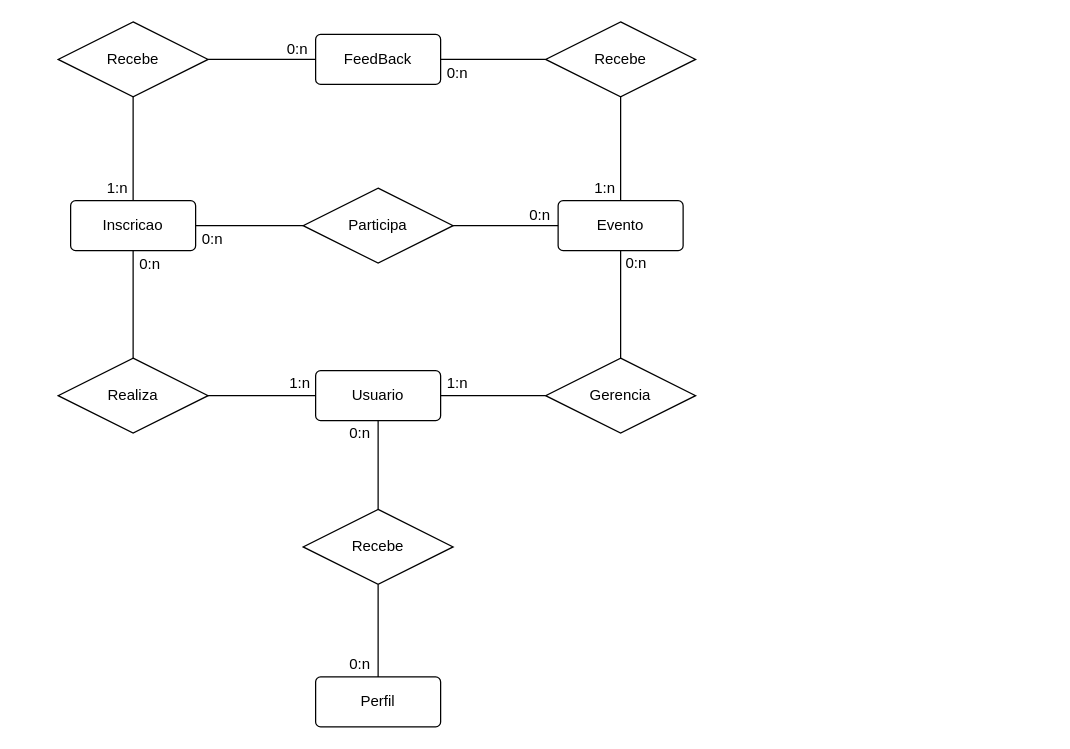
The draw.io diagram ModeloConceitual.drawio in victorpaula/EventsBanco, before the edit. Source tidied: cells renumbered, new cells numbered last; positions are measured from the earlier drawing's top-left corner, leaving out a move shared by most shapes. Both pictures are drawn from the tidied source at 125%, with x=0, y=0 at pixel (58, 21).
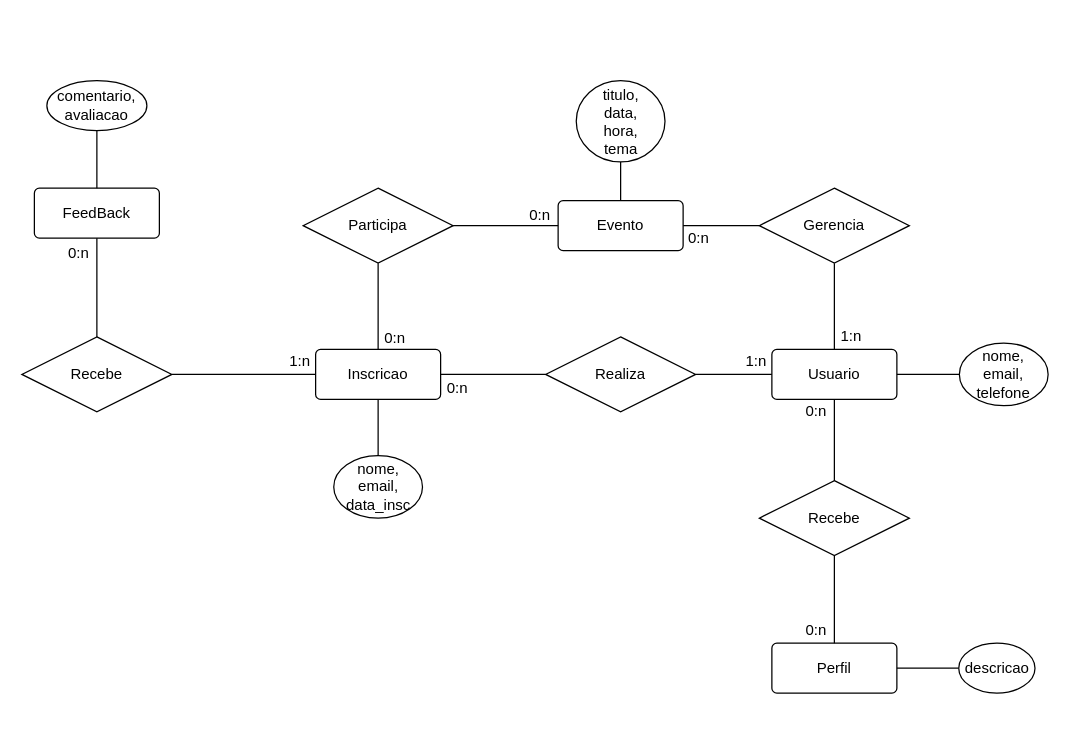
The same diagram, later.

Unchanged cells that the change refers to:
```xml
<mxCell id="2" value="Evento" style="rounded=1;arcSize=10;whiteSpace=wrap;html=1;align=center;" parent="1" vertex="1">
  <mxGeometry x="400" y="143" width="100" height="40" as="geometry" />
</mxCell>
<mxCell id="8" value="Participa" style="shape=rhombus;perimeter=rhombusPerimeter;whiteSpace=wrap;html=1;align=center;" parent="1" vertex="1">
  <mxGeometry x="196" y="133" width="120" height="60" as="geometry" />
</mxCell>
```

Change to the diagram source:
```diff
@@
     <mxCell id="3" value="Gerencia" style="shape=rhombus;perimeter=rhombusPerimeter;whiteSpace=wrap;html=1;align=center;" parent="1" vertex="1">
-      <mxGeometry x="390" y="269" width="120" height="60" as="geometry" />
+      <mxGeometry x="561" y="133" width="120" height="60" as="geometry" />
     </mxCell>
     <mxCell id="4" value="Inscricao" style="rounded=1;arcSize=10;whiteSpace=wrap;html=1;align=center;" parent="1" vertex="1">
-      <mxGeometry x="10" y="143" width="100" height="40" as="geometry" />
+      <mxGeometry x="206" y="262" width="100" height="40" as="geometry" />
     </mxCell>
     <mxCell id="5" value="Usuario" style="rounded=1;arcSize=10;whiteSpace=wrap;html=1;align=center;" parent="1" vertex="1">
-      <mxGeometry x="206" y="279" width="100" height="40" as="geometry" />
+      <mxGeometry x="571" y="262" width="100" height="40" as="geometry" />
     </mxCell>
     <mxCell id="6" value="Perfil" style="rounded=1;arcSize=10;whiteSpace=wrap;html=1;align=center;" parent="1" vertex="1">
-      <mxGeometry x="206" y="524" width="100" height="40" as="geometry" />
+      <mxGeometry x="571" y="497" width="100" height="40" as="geometry" />
     </mxCell>
     <mxCell id="7" value="FeedBack" style="rounded=1;arcSize=10;whiteSpace=wrap;html=1;align=center;" parent="1" vertex="1">
-      <mxGeometry x="206" y="10" width="100" height="40" as="geometry" />
+      <mxGeometry x="-19" y="133" width="100" height="40" as="geometry" />
     </mxCell>
@@
     <mxCell id="9" value="Realiza" style="shape=rhombus;perimeter=rhombusPerimeter;whiteSpace=wrap;html=1;align=center;" parent="1" vertex="1">
-      <mxGeometry y="269" width="120" height="60" as="geometry" />
+      <mxGeometry x="390" y="252" width="120" height="60" as="geometry" />
     </mxCell>
     <mxCell id="10" value="Recebe" style="shape=rhombus;perimeter=rhombusPerimeter;whiteSpace=wrap;html=1;align=center;" parent="1" vertex="1">
-      <mxGeometry x="196" y="390" width="120" height="60" as="geometry" />
+      <mxGeometry x="561" y="367" width="120" height="60" as="geometry" />
     </mxCell>
-    <mxCell id="11" style="endArrow=none;html=1;rounded=0;exitX=0.5;exitY=0;exitDx=0;exitDy=0;entryX=0.5;entryY=1;entryDx=0;entryDy=0;" parent="1" edge="1" source="3" target="2">
+    <mxCell id="11" style="endArrow=none;html=1;rounded=0;exitX=0;exitY=0.5;exitDx=0;exitDy=0;entryX=1;entryY=0.5;entryDx=0;entryDy=0;" parent="1" edge="1" source="3" target="2">
       <mxGeometry relative="1" as="geometry" />
     </mxCell>
@@
-    <mxCell id="13" style="endArrow=none;html=1;rounded=0;exitX=0;exitY=0.5;exitDx=0;exitDy=0;entryX=1;entryY=0.5;entryDx=0;entryDy=0;" parent="1" edge="1" source="3" target="5">
+    <mxCell id="13" style="endArrow=none;html=1;rounded=0;exitX=0.5;exitY=1;exitDx=0;exitDy=0;entryX=0.5;entryY=0;entryDx=0;entryDy=0;" parent="1" edge="1" source="3" target="5">
       <mxGeometry relative="1" as="geometry" />
     </mxCell>
@@
-    <mxCell id="21" style="endArrow=none;html=1;rounded=0;exitX=0;exitY=0.5;exitDx=0;exitDy=0;entryX=1;entryY=0.5;entryDx=0;entryDy=0;" parent="1" edge="1" source="8" target="4">
+    <mxCell id="21" style="endArrow=none;html=1;rounded=0;exitX=0.5;exitY=1;exitDx=0;exitDy=0;entryX=0.5;entryY=0;entryDx=0;entryDy=0;" parent="1" edge="1" source="8" target="4">
       <mxGeometry relative="1" as="geometry" />
     </mxCell>
     <mxCell id="22" value="0:n" style="html=1;align=right;verticalAlign=bottom;" parent="21" vertex="1">
       <mxGeometry x="1" relative="1" as="geometry">
-        <mxPoint x="22" y="19" as="offset" />
+        <mxPoint x="22" y="-1" as="offset" />
       </mxGeometry>
     </mxCell>
@@
-    <mxCell id="25" style="endArrow=none;html=1;rounded=0;exitX=0.5;exitY=0;exitDx=0;exitDy=0;entryX=0.5;entryY=1;entryDx=0;entryDy=0;" parent="1" edge="1" source="9" target="4">
+    <mxCell id="25" style="endArrow=none;html=1;rounded=0;exitX=0;exitY=0.5;exitDx=0;exitDy=0;entryX=1;entryY=0.5;entryDx=0;entryDy=0;" parent="1" edge="1" source="9" target="4">
       <mxGeometry relative="1" as="geometry" />
     </mxCell>
@@
-    <mxCell id="27" value="Recebe" style="shape=rhombus;perimeter=rhombusPerimeter;whiteSpace=wrap;html=1;align=center;" parent="1" vertex="1">
-      <mxGeometry x="390" width="120" height="60" as="geometry" />
-    </mxCell>
     <mxCell id="28" value="Recebe" style="shape=rhombus;perimeter=rhombusPerimeter;whiteSpace=wrap;html=1;align=center;" parent="1" vertex="1">
-      <mxGeometry width="120" height="60" as="geometry" />
+      <mxGeometry x="-29" y="252" width="120" height="60" as="geometry" />
     </mxCell>
-    <mxCell id="29" style="endArrow=none;html=1;rounded=0;entryX=0.5;entryY=0;entryDx=0;entryDy=0;exitX=0.5;exitY=1;exitDx=0;exitDy=0;" parent="1" edge="1" source="28" target="4">
+    <mxCell id="29" style="endArrow=none;html=1;rounded=0;entryX=0;entryY=0.5;entryDx=0;entryDy=0;exitX=1;exitY=0.5;exitDx=0;exitDy=0;" parent="1" edge="1" source="28" target="4">
       <mxGeometry relative="1" as="geometry" />
     </mxCell>
@@
-    <mxCell id="31" style="endArrow=none;html=1;rounded=0;exitX=0.5;exitY=1;exitDx=0;exitDy=0;entryX=0.5;entryY=0;entryDx=0;entryDy=0;" parent="1" edge="1" source="27" target="2">
-      <mxGeometry relative="1" as="geometry" />
-    </mxCell>
-    <mxCell id="32" value="1:n" style="html=1;align=right;verticalAlign=bottom;" parent="31" vertex="1">
-      <mxGeometry x="1" relative="1" as="geometry">
-        <mxPoint x="-4" y="-2" as="offset" />
-      </mxGeometry>
-    </mxCell>
-    <mxCell id="33" style="endArrow=none;html=1;rounded=0;entryX=0;entryY=0.5;entryDx=0;entryDy=0;exitX=1;exitY=0.5;exitDx=0;exitDy=0;" parent="1" edge="1" source="28" target="7">
+    <mxCell id="33" style="endArrow=none;html=1;rounded=0;entryX=0.5;entryY=1;entryDx=0;entryDy=0;exitX=0.5;exitY=0;exitDx=0;exitDy=0;" parent="1" edge="1" source="28" target="7">
       <mxGeometry relative="1" as="geometry" />
     </mxCell>
     <mxCell id="34" value="0:n" style="html=1;align=right;verticalAlign=bottom;" parent="33" vertex="1">
       <mxGeometry x="1" relative="1" as="geometry">
-        <mxPoint x="-6" as="offset" />
+        <mxPoint x="-6" y="20" as="offset" />
       </mxGeometry>
     </mxCell>
-    <mxCell id="35" style="endArrow=none;html=1;rounded=0;exitX=0;exitY=0.5;exitDx=0;exitDy=0;entryX=1;entryY=0.5;entryDx=0;entryDy=0;" parent="1" edge="1" source="27" target="7">
-      <mxGeometry relative="1" as="geometry" />
-    </mxCell>
-    <mxCell id="36" value="0:n" style="html=1;align=right;verticalAlign=bottom;" parent="35" vertex="1">
-      <mxGeometry x="1" relative="1" as="geometry">
-        <mxPoint x="22" y="19" as="offset" />
-      </mxGeometry>
-    </mxCell>
+    <mxCell id="37" style="endArrow=none;html=1;rounded=0;entryX=0;entryY=0.5;entryDx=0;entryDy=0;exitX=1;exitY=0.5;exitDx=0;exitDy=0;" parent="1" edge="1" source="6" target="38">
+      <mxGeometry relative="1" as="geometry" />
+    </mxCell>
+    <mxCell id="38" value="descricao" style="ellipse;whiteSpace=wrap;html=1;align=center;" parent="1" vertex="1">
+      <mxGeometry x="720.5" y="497" width="61" height="40" as="geometry" />
+    </mxCell>
+    <mxCell id="39" value="nome,&lt;br&gt;email,&lt;br&gt;telefone" style="ellipse;whiteSpace=wrap;html=1;align=center;" parent="1" vertex="1">
+      <mxGeometry x="721" y="257" width="71" height="50" as="geometry" />
+    </mxCell>
+    <mxCell id="40" style="endArrow=none;html=1;rounded=0;entryX=0;entryY=0.5;entryDx=0;entryDy=0;exitX=1;exitY=0.5;exitDx=0;exitDy=0;" parent="1" edge="1" source="5" target="39">
+      <mxGeometry relative="1" as="geometry" />
+    </mxCell>
+    <mxCell id="41" value="titulo,&lt;br&gt;data,&lt;br&gt;hora,&lt;br&gt;tema" style="ellipse;whiteSpace=wrap;html=1;align=center;" parent="1" vertex="1">
+      <mxGeometry x="414.5" y="47" width="71" height="65" as="geometry" />
+    </mxCell>
+    <mxCell id="42" style="endArrow=none;html=1;rounded=0;entryX=0.5;entryY=0;entryDx=0;entryDy=0;exitX=0.5;exitY=1;exitDx=0;exitDy=0;" parent="1" edge="1" source="41" target="2">
+      <mxGeometry relative="1" as="geometry" />
+    </mxCell>
+    <mxCell id="43" value="nome,&lt;br&gt;email,&lt;br&gt;data_insc" style="ellipse;whiteSpace=wrap;html=1;align=center;" parent="1" vertex="1">
+      <mxGeometry x="220.5" y="347" width="71" height="50" as="geometry" />
+    </mxCell>
+    <mxCell id="44" style="endArrow=none;html=1;rounded=0;entryX=0.5;entryY=0;entryDx=0;entryDy=0;exitX=0.5;exitY=1;exitDx=0;exitDy=0;" parent="1" edge="1" source="4" target="43">
+      <mxGeometry relative="1" as="geometry" />
+    </mxCell>
+    <mxCell id="45" style="endArrow=none;html=1;rounded=0;entryX=0.5;entryY=0;entryDx=0;entryDy=0;exitX=0.5;exitY=1;exitDx=0;exitDy=0;" parent="1" edge="1" source="46" target="7">
+      <mxGeometry relative="1" as="geometry" />
+    </mxCell>
+    <mxCell id="46" value="comentario,&lt;br&gt;avaliacao" style="ellipse;whiteSpace=wrap;html=1;align=center;" parent="1" vertex="1">
+      <mxGeometry x="-9" y="47" width="80" height="40" as="geometry" />
+    </mxCell>
```
